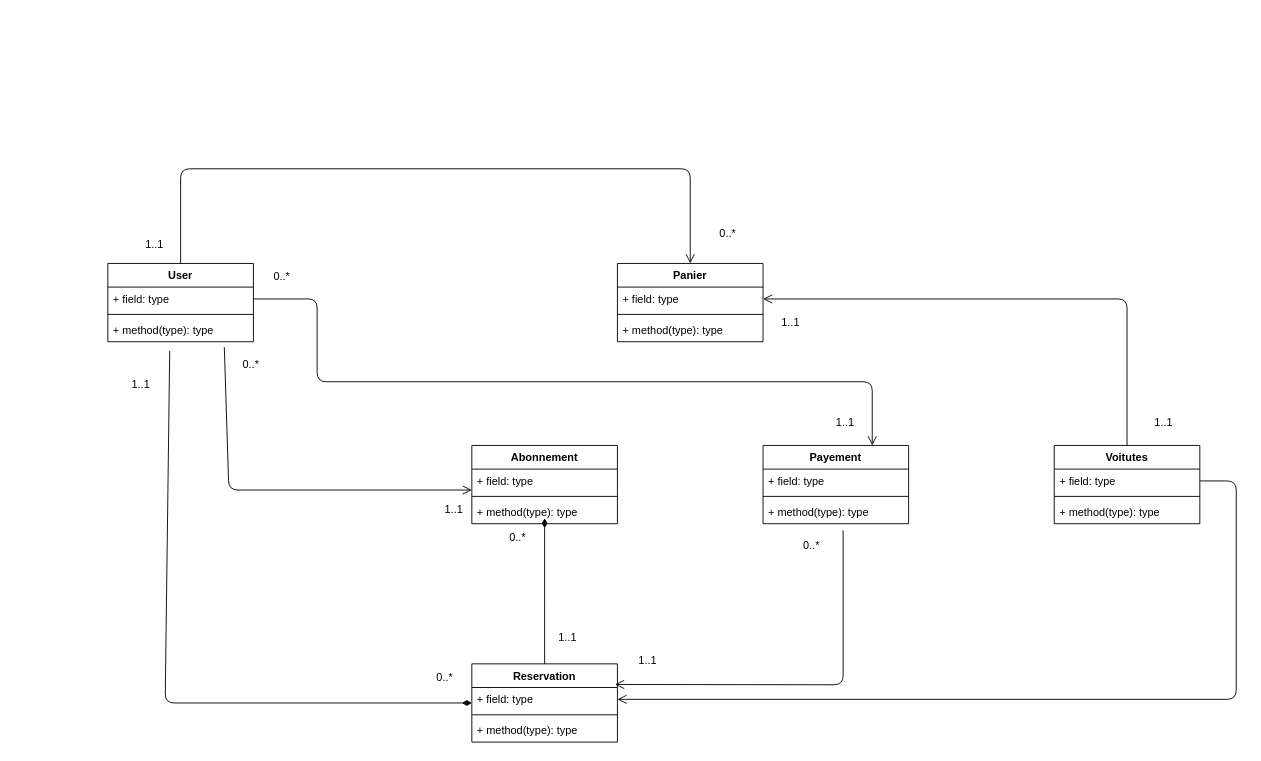
Above: page "Diagramme des classes" (3 of 3) of Autres/Etude et analyse de Projet/diagramme.drawio in devviv/CARLOC (draw.io), before the change. Source tidied: cells renumbered, new cells numbered last; positions are measured from the earlier drawing's top-left corner, leaving out a move shared by most shapes. Both pictures are drawn from the tidied source at 91%, with x=0, y=0 at pixel (107, 168).
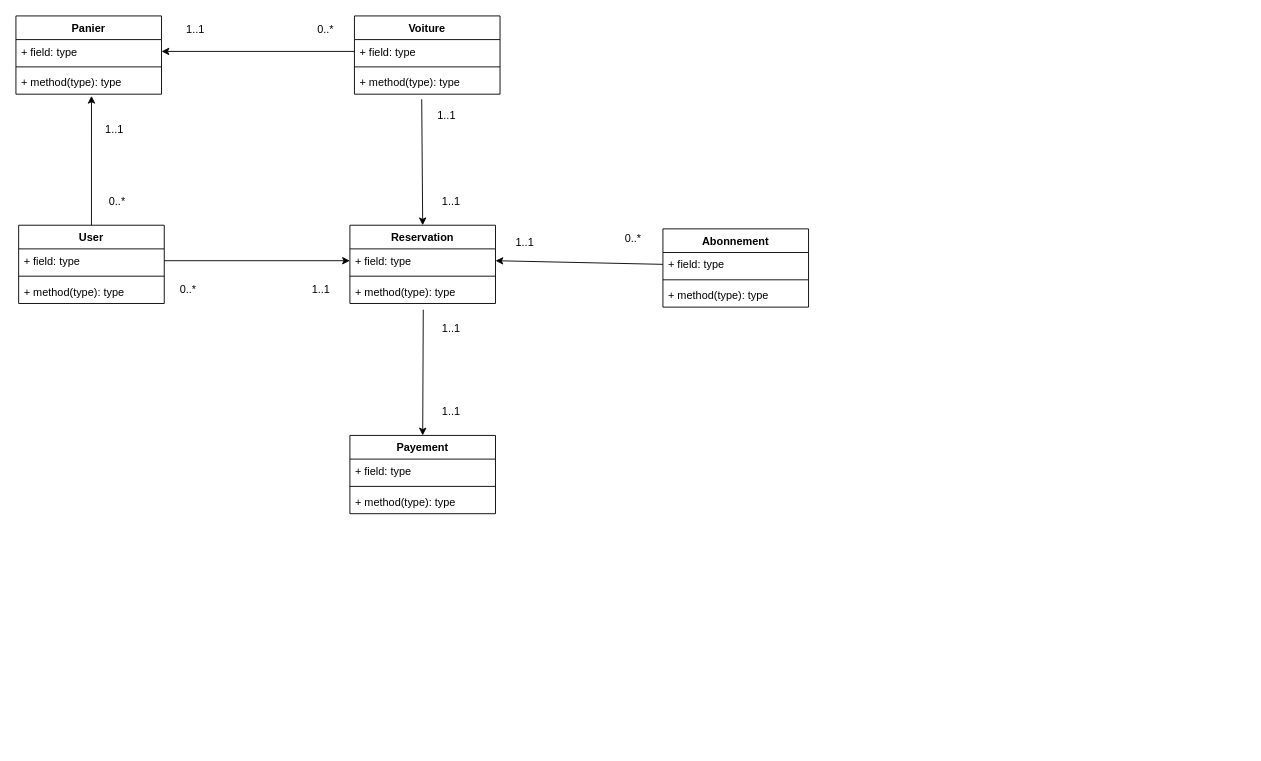
After the change.

Unchanged cells that the change refers to:
```xml
<mxCell id="3" value="+ field: type" style="text;strokeColor=none;fillColor=none;align=left;verticalAlign=top;spacingLeft=4;spacingRight=4;overflow=hidden;points=[[0,0.5],[1,0.5]];portConstraint=eastwest;" parent="2" vertex="1">
  <mxGeometry y="26" width="160" height="26" as="geometry" />
</mxCell>
<mxCell id="5" value="+ method(type): type" style="text;strokeColor=none;fillColor=none;align=left;verticalAlign=top;spacingLeft=4;spacingRight=4;overflow=hidden;points=[[0,0.5],[1,0.5]];portConstraint=eastwest;" parent="2" vertex="1">
  <mxGeometry y="60" width="160" height="26" as="geometry" />
</mxCell>
<mxCell id="7" value="+ field: type" style="text;strokeColor=none;fillColor=none;align=left;verticalAlign=top;spacingLeft=4;spacingRight=4;overflow=hidden;points=[[0,0.5],[1,0.5]];portConstraint=eastwest;" parent="6" vertex="1">
  <mxGeometry y="26" width="160" height="26" as="geometry" />
</mxCell>
<mxCell id="11" value="+ field: type" style="text;strokeColor=none;fillColor=none;align=left;verticalAlign=top;spacingLeft=4;spacingRight=4;overflow=hidden;points=[[0,0.5],[1,0.5]];portConstraint=eastwest;" parent="10" vertex="1">
  <mxGeometry y="26" width="160" height="26" as="geometry" />
</mxCell>
<mxCell id="13" value="+ method(type): type" style="text;strokeColor=none;fillColor=none;align=left;verticalAlign=top;spacingLeft=4;spacingRight=4;overflow=hidden;points=[[0,0.5],[1,0.5]];portConstraint=eastwest;" parent="10" vertex="1">
  <mxGeometry y="60" width="160" height="26" as="geometry" />
</mxCell>
<mxCell id="17" value="+ method(type): type" style="text;strokeColor=none;fillColor=none;align=left;verticalAlign=top;spacingLeft=4;spacingRight=4;overflow=hidden;points=[[0,0.5],[1,0.5]];portConstraint=eastwest;" parent="14" vertex="1">
  <mxGeometry y="60" width="160" height="26" as="geometry" />
</mxCell>
<mxCell id="19" value="+ field: type" style="text;strokeColor=none;fillColor=none;align=left;verticalAlign=top;spacingLeft=4;spacingRight=4;overflow=hidden;points=[[0,0.5],[1,0.5]];portConstraint=eastwest;" parent="18" vertex="1">
  <mxGeometry y="26" width="160" height="26" as="geometry" />
</mxCell>
<mxCell id="21" value="+ method(type): type" style="text;strokeColor=none;fillColor=none;align=left;verticalAlign=top;spacingLeft=4;spacingRight=4;overflow=hidden;points=[[0,0.5],[1,0.5]];portConstraint=eastwest;" parent="18" vertex="1">
  <mxGeometry y="60" width="160" height="26" as="geometry" />
</mxCell>
<mxCell id="23" value="+ field: type" style="text;strokeColor=none;fillColor=none;align=left;verticalAlign=top;spacingLeft=4;spacingRight=4;overflow=hidden;points=[[0,0.5],[1,0.5]];portConstraint=eastwest;" parent="22" vertex="1">
  <mxGeometry y="26" width="160" height="26" as="geometry" />
</mxCell>
<mxCell id="25" value="+ method(type): type" style="text;strokeColor=none;fillColor=none;align=left;verticalAlign=top;spacingLeft=4;spacingRight=4;overflow=hidden;points=[[0,0.5],[1,0.5]];portConstraint=eastwest;" parent="22" vertex="1">
  <mxGeometry y="60" width="160" height="26" as="geometry" />
</mxCell>
```

Change to the diagram source:
```diff
@@
     <mxCell id="2" value="Reservation" style="swimlane;fontStyle=1;align=center;verticalAlign=top;horizontal=1;startSize=26;" parent="1" vertex="1">
-      <mxGeometry x="400" y="544" width="160" height="86" as="geometry" />
+      <mxGeometry x="266" y="62" width="160" height="86" as="geometry" />
     </mxCell>
@@
     <mxCell id="6" value="Abonnement" style="swimlane;fontStyle=1;align=center;verticalAlign=top;horizontal=1;startSize=26;" parent="1" vertex="1">
-      <mxGeometry x="400" y="304" width="160" height="86" as="geometry" />
+      <mxGeometry x="610" y="66" width="160" height="86" as="geometry" />
     </mxCell>
@@
     <mxCell id="10" value="Panier" style="swimlane;fontStyle=1;align=center;verticalAlign=top;horizontal=1;startSize=26;" parent="1" vertex="1">
-      <mxGeometry x="560" y="104" width="160" height="86" as="geometry" />
+      <mxGeometry x="-101" y="-168" width="160" height="86" as="geometry" />
     </mxCell>
@@
     <mxCell id="14" value="Payement" style="swimlane;fontStyle=1;align=center;verticalAlign=top;horizontal=1;startSize=26;" parent="1" vertex="1">
-      <mxGeometry x="720" y="304" width="160" height="86" as="geometry" />
+      <mxGeometry x="266" y="293" width="160" height="86" as="geometry" />
     </mxCell>
@@
-    <mxCell id="18" value="Voitutes" style="swimlane;fontStyle=1;align=center;verticalAlign=top;horizontal=1;startSize=26;" parent="1" vertex="1">
-      <mxGeometry x="1040" y="304" width="160" height="86" as="geometry" />
+    <mxCell id="18" value="Voiture" style="swimlane;fontStyle=1;align=center;verticalAlign=top;horizontal=1;startSize=26;" parent="1" vertex="1">
+      <mxGeometry x="271" y="-168" width="160" height="86" as="geometry" />
     </mxCell>
@@
     <mxCell id="22" value="User" style="swimlane;fontStyle=1;align=center;verticalAlign=top;horizontal=1;startSize=26;" parent="1" vertex="1">
-      <mxGeometry y="104" width="160" height="86" as="geometry" />
+      <mxGeometry x="-98" y="62" width="160" height="86" as="geometry" />
     </mxCell>
@@
-    <mxCell id="26" value="1..1" style="text;html=1;align=center;verticalAlign=middle;strokeColor=none;fillColor=none;" parent="1" vertex="1">
-      <mxGeometry x="1140" y="264" width="40" height="30" as="geometry" />
-    </mxCell>
-    <mxCell id="27" value="0..*" style="text;html=1;align=center;verticalAlign=middle;strokeColor=none;fillColor=none;" parent="1" vertex="1">
-      <mxGeometry x="661" y="56" width="40" height="30" as="geometry" />
-    </mxCell>
-    <mxCell id="28" style="endArrow=none;startArrow=diamondThin;endFill=0;startFill=1;html=1;verticalAlign=bottom;labelBackgroundColor=none;strokeWidth=1;startSize=8;endSize=8;exitX=0;exitY=0.5;exitDx=0;exitDy=0;entryX=0.425;entryY=1.385;entryDx=0;entryDy=0;entryPerimeter=0;" parent="1" edge="1" source="2" target="25">
-      <mxGeometry relative="1" as="geometry">
-        <Array as="points">
-          <mxPoint x="63" y="587" />
-        </Array>
-      </mxGeometry>
-    </mxCell>
-    <mxCell id="29" value="1..1" style="text;html=1;align=center;verticalAlign=middle;strokeColor=none;fillColor=none;" parent="1" vertex="1">
-      <mxGeometry x="16" y="222" width="40" height="30" as="geometry" />
-    </mxCell>
     <mxCell id="30" value="0..*" style="text;html=1;align=center;verticalAlign=middle;strokeColor=none;fillColor=none;" parent="1" vertex="1">
-      <mxGeometry x="350" y="544" width="40" height="30" as="geometry" />
+      <mxGeometry x="-10" y="21" width="40" height="30" as="geometry" />
     </mxCell>
-    <mxCell id="31" value="1..1" style="text;html=1;align=center;verticalAlign=middle;strokeColor=none;fillColor=none;" parent="1" vertex="1">
-      <mxGeometry x="360" y="360" width="40" height="30" as="geometry" />
-    </mxCell>
-    <mxCell id="32" value="0..*" style="text;html=1;align=center;verticalAlign=middle;strokeColor=none;fillColor=none;" parent="1" vertex="1">
-      <mxGeometry x="137" y="200" width="40" height="30" as="geometry" />
-    </mxCell>
-    <mxCell id="33" style="endArrow=none;startArrow=diamondThin;endFill=0;startFill=1;html=1;verticalAlign=bottom;labelBackgroundColor=none;strokeWidth=1;startSize=8;endSize=8;entryX=0.5;entryY=0;entryDx=0;entryDy=0;" parent="1" edge="1" target="2">
-      <mxGeometry relative="1" as="geometry">
-        <mxPoint x="480" y="384" as="sourcePoint" />
-        <Array as="points">
-          <mxPoint x="480" y="464" />
-        </Array>
-      </mxGeometry>
-    </mxCell>
-    <mxCell id="34" value="1..1" style="text;html=1;align=center;verticalAlign=middle;strokeColor=none;fillColor=none;" parent="1" vertex="1">
-      <mxGeometry x="485" y="500" width="40" height="30" as="geometry" />
-    </mxCell>
-    <mxCell id="35" value="0..*" style="text;html=1;align=center;verticalAlign=middle;strokeColor=none;fillColor=none;" parent="1" vertex="1">
-      <mxGeometry x="430" y="390" width="40" height="30" as="geometry" />
-    </mxCell>
-    <mxCell id="36" value="1..1" style="text;html=1;align=center;verticalAlign=middle;strokeColor=none;fillColor=none;" parent="1" vertex="1">
-      <mxGeometry x="573" y="526" width="40" height="30" as="geometry" />
-    </mxCell>
-    <mxCell id="37" value="0..*" style="text;html=1;align=center;verticalAlign=middle;strokeColor=none;fillColor=none;" parent="1" vertex="1">
-      <mxGeometry x="753" y="399" width="40" height="30" as="geometry" />
-    </mxCell>
-    <mxCell id="38" style="endArrow=open;startArrow=none;endFill=0;startFill=0;endSize=8;html=1;verticalAlign=bottom;labelBackgroundColor=none;strokeWidth=1;exitX=0.5;exitY=0;exitDx=0;exitDy=0;entryX=1;entryY=0.5;entryDx=0;entryDy=0;" parent="1" edge="1" source="18" target="11">
-      <mxGeometry relative="1" as="geometry">
-        <Array as="points">
-          <mxPoint x="1120" y="143" />
-        </Array>
-      </mxGeometry>
-    </mxCell>
-    <mxCell id="39" style="endArrow=open;startArrow=none;endFill=0;startFill=0;endSize=8;html=1;verticalAlign=bottom;labelBackgroundColor=none;strokeWidth=1;exitX=1;exitY=0.5;exitDx=0;exitDy=0;entryX=1;entryY=0.5;entryDx=0;entryDy=0;" parent="1" edge="1" source="19" target="3">
-      <mxGeometry relative="1" as="geometry">
-        <Array as="points">
-          <mxPoint x="1240" y="343" />
-          <mxPoint x="1240" y="583" />
-        </Array>
-      </mxGeometry>
-    </mxCell>
-    <mxCell id="40" value="1..1" style="text;html=1;align=center;verticalAlign=middle;strokeColor=none;fillColor=none;" parent="1" vertex="1">
-      <mxGeometry x="31" y="68" width="40" height="30" as="geometry" />
-    </mxCell>
-    <mxCell id="41" value="0..*" style="text;html=1;align=center;verticalAlign=middle;strokeColor=none;fillColor=none;" parent="1" vertex="1">
-      <mxGeometry x="171" y="104" width="40" height="30" as="geometry" />
-    </mxCell>
-    <mxCell id="42" style="endArrow=open;startArrow=none;endFill=0;startFill=0;endSize=8;html=1;verticalAlign=bottom;labelBackgroundColor=none;strokeWidth=1;exitX=0.55;exitY=1.282;exitDx=0;exitDy=0;entryX=0.983;entryY=-0.128;entryDx=0;entryDy=0;entryPerimeter=0;exitPerimeter=0;" parent="1" edge="1" source="17" target="3">
-      <mxGeometry relative="1" as="geometry">
-        <Array as="points">
-          <mxPoint x="808" y="567" />
-        </Array>
-      </mxGeometry>
-    </mxCell>
-    <mxCell id="43" style="endArrow=open;startArrow=none;endFill=0;startFill=0;endSize=8;html=1;verticalAlign=bottom;labelBackgroundColor=none;strokeWidth=1;exitX=1;exitY=0.5;exitDx=0;exitDy=0;entryX=0.75;entryY=0;entryDx=0;entryDy=0;" parent="1" edge="1" source="23" target="14">
-      <mxGeometry relative="1" as="geometry">
-        <Array as="points">
-          <mxPoint x="230" y="143" />
-          <mxPoint x="230" y="234" />
-          <mxPoint x="840" y="234" />
-        </Array>
-      </mxGeometry>
-    </mxCell>
-    <mxCell id="44" style="endArrow=open;startArrow=none;endFill=0;startFill=0;endSize=8;html=1;verticalAlign=bottom;labelBackgroundColor=none;strokeWidth=1;exitX=0.8;exitY=1.231;exitDx=0;exitDy=0;entryX=0;entryY=0.885;entryDx=0;entryDy=0;entryPerimeter=0;exitPerimeter=0;" parent="1" edge="1" source="25" target="7">
-      <mxGeometry relative="1" as="geometry">
-        <Array as="points">
-          <mxPoint x="133" y="353" />
-        </Array>
-      </mxGeometry>
-    </mxCell>
-    <mxCell id="45" value="1..1" style="text;html=1;align=center;verticalAlign=middle;strokeColor=none;fillColor=none;" parent="1" vertex="1">
-      <mxGeometry x="790" y="264" width="40" height="30" as="geometry" />
-    </mxCell>
-    <mxCell id="46" value="1..1" style="text;html=1;align=center;verticalAlign=middle;strokeColor=none;fillColor=none;" parent="1" vertex="1">
-      <mxGeometry x="730" y="154" width="40" height="30" as="geometry" />
-    </mxCell>
-    <mxCell id="47" style="endArrow=open;startArrow=none;endFill=0;startFill=0;endSize=8;html=1;verticalAlign=bottom;labelBackgroundColor=none;strokeWidth=1;exitX=0.5;exitY=0;exitDx=0;exitDy=0;entryX=0.5;entryY=0;entryDx=0;entryDy=0;" parent="1" edge="1" source="22" target="10">
-      <mxGeometry relative="1" as="geometry">
-        <Array as="points">
-          <mxPoint x="80" />
-          <mxPoint x="640" />
-        </Array>
-      </mxGeometry>
-    </mxCell>
+    <mxCell id="48" style="edgeStyle=none;html=1;" parent="1" edge="1">
+      <mxGeometry relative="1" as="geometry">
+        <mxPoint x="593" y="636" as="targetPoint" />
+      </mxGeometry>
+    </mxCell>
+    <mxCell id="49" value="1..1" style="text;html=1;align=center;verticalAlign=middle;strokeColor=none;fillColor=none;" parent="1" vertex="1">
+      <mxGeometry x="438" y="66" width="40" height="30" as="geometry" />
+    </mxCell>
+    <mxCell id="50" style="endArrow=classic;html=1;entryX=0.519;entryY=1.071;entryDx=0;entryDy=0;entryPerimeter=0;exitX=0.5;exitY=0;exitDx=0;exitDy=0;" parent="1" edge="1" source="22" target="13">
+      <mxGeometry relative="1" as="geometry" />
+    </mxCell>
+    <mxCell id="51" style="endArrow=classic;html=1;entryX=1;entryY=0.5;entryDx=0;entryDy=0;exitX=0;exitY=0.5;exitDx=0;exitDy=0;" parent="1" edge="1" source="19" target="11">
+      <mxGeometry relative="1" as="geometry" />
+    </mxCell>
+    <mxCell id="52" style="endArrow=classic;html=1;entryX=0;entryY=0.5;entryDx=0;entryDy=0;exitX=1;exitY=0.5;exitDx=0;exitDy=0;" parent="1" edge="1" source="23" target="3">
+      <mxGeometry relative="1" as="geometry" />
+    </mxCell>
+    <mxCell id="53" style="endArrow=classic;html=1;entryX=0.5;entryY=0;entryDx=0;entryDy=0;exitX=0.462;exitY=1.212;exitDx=0;exitDy=0;exitPerimeter=0;" parent="1" edge="1" source="21" target="2">
+      <mxGeometry relative="1" as="geometry" />
+    </mxCell>
+    <mxCell id="54" style="endArrow=classic;html=1;entryX=0.5;entryY=0;entryDx=0;entryDy=0;exitX=0.504;exitY=1.263;exitDx=0;exitDy=0;exitPerimeter=0;" parent="1" edge="1" source="5" target="14">
+      <mxGeometry relative="1" as="geometry" />
+    </mxCell>
+    <mxCell id="55" style="endArrow=classic;html=1;entryX=1;entryY=0.5;entryDx=0;entryDy=0;exitX=0;exitY=0.5;exitDx=0;exitDy=0;" parent="1" edge="1" source="7" target="3">
+      <mxGeometry relative="1" as="geometry" />
+    </mxCell>
+    <mxCell id="56" value="1..1" style="text;html=1;align=center;verticalAlign=middle;strokeColor=none;fillColor=none;" parent="1" vertex="1">
+      <mxGeometry x="357" y="161" width="40" height="30" as="geometry" />
+    </mxCell>
+    <mxCell id="57" value="1..1" style="text;html=1;align=center;verticalAlign=middle;strokeColor=none;fillColor=none;" parent="1" vertex="1">
+      <mxGeometry x="357" y="252" width="40" height="30" as="geometry" />
+    </mxCell>
+    <mxCell id="58" value="1..1" style="text;html=1;align=center;verticalAlign=middle;strokeColor=none;fillColor=none;" parent="1" vertex="1">
+      <mxGeometry x="-13" y="-58" width="40" height="30" as="geometry" />
+    </mxCell>
+    <mxCell id="59" value="0..*" style="text;html=1;align=center;verticalAlign=middle;strokeColor=none;fillColor=none;" parent="1" vertex="1">
+      <mxGeometry x="557" y="62" width="40" height="30" as="geometry" />
+    </mxCell>
+    <mxCell id="60" value="0..*" style="text;html=1;align=center;verticalAlign=middle;strokeColor=none;fillColor=none;" parent="1" vertex="1">
+      <mxGeometry x="68" y="118" width="40" height="30" as="geometry" />
+    </mxCell>
+    <mxCell id="61" value="0..*" style="text;html=1;align=center;verticalAlign=middle;strokeColor=none;fillColor=none;" parent="1" vertex="1">
+      <mxGeometry x="219" y="-168" width="40" height="30" as="geometry" />
+    </mxCell>
+    <mxCell id="62" value="1..1" style="text;html=1;align=center;verticalAlign=middle;strokeColor=none;fillColor=none;" parent="1" vertex="1">
+      <mxGeometry x="352" y="-73" width="40" height="30" as="geometry" />
+    </mxCell>
+    <mxCell id="63" value="1..1" style="text;html=1;align=center;verticalAlign=middle;strokeColor=none;fillColor=none;" parent="1" vertex="1">
+      <mxGeometry x="76" y="-168" width="40" height="30" as="geometry" />
+    </mxCell>
+    <mxCell id="64" value="1..1" style="text;html=1;align=center;verticalAlign=middle;strokeColor=none;fillColor=none;" parent="1" vertex="1">
+      <mxGeometry x="357" y="21" width="40" height="30" as="geometry" />
+    </mxCell>
+    <mxCell id="65" value="1..1" style="text;html=1;align=center;verticalAlign=middle;strokeColor=none;fillColor=none;" parent="1" vertex="1">
+      <mxGeometry x="214" y="118" width="40" height="30" as="geometry" />
+    </mxCell>
```
